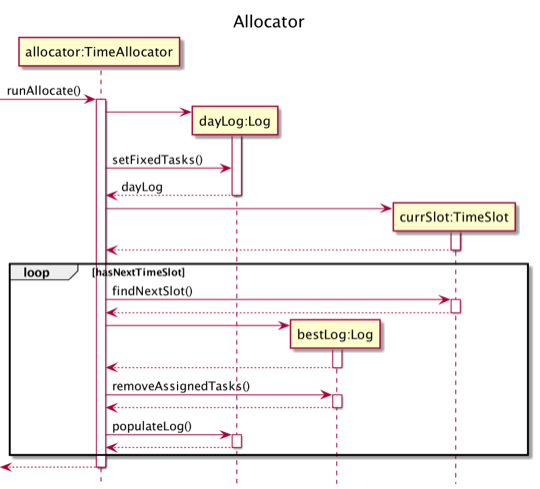
Above: docs/sequenceDiagrams/TimeAllocator.png in nus-cs2113-AY2021S1/tp (PlantUML), before the change. Its source is kept beside it as docs/sequenceDiagrams/TimeAllocator.puml. Source of this version:
```plantuml
@startuml
title Allocator
hide footbox

participant "allocator:TimeAllocator" as timeAllocator
participant "dayLog:Log" as log
participant "bestLog:Log" as Log
participant "currSlot:TimeSlot" as TimeSlot

->timeAllocator++: runAllocate()
timeAllocator->log**
activate log
timeAllocator->log:setFixedTasks()
return dayLog
timeAllocator->TimeSlot**
activate TimeSlot
return
loop hasNextTimeSlot
timeAllocator->TimeSlot++:findNextSlot()
return
timeAllocator->Log**:
activate Log
return

timeAllocator->Log++:removeAssignedTasks()
return


timeAllocator->log++:populateLog()
return

end

<--timeAllocator--
@enduml
```
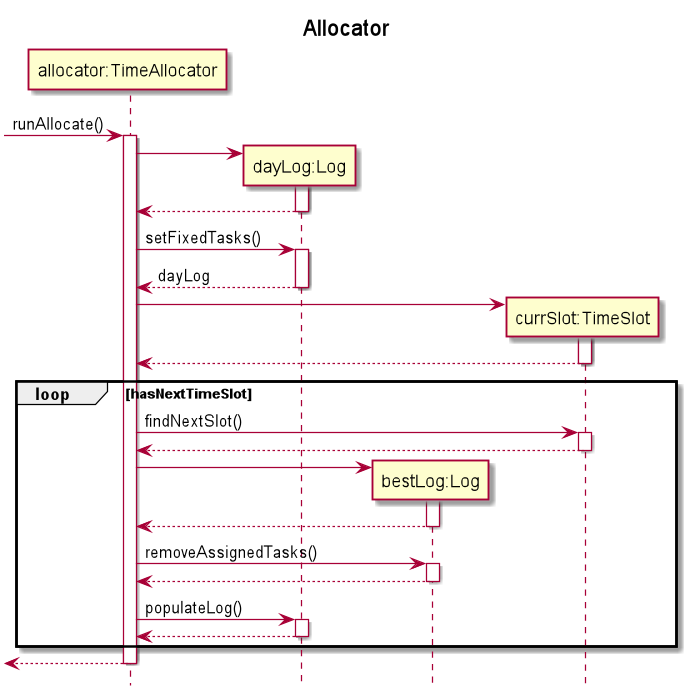
The same diagram one commit later.

Commit message:
Fix alloc sequence diagram

The edit, as a diff of the source:
```diff
@@ -10,7 +10,8 @@
 ->timeAllocator++: runAllocate()
 timeAllocator->log**
 activate log
-timeAllocator->log:setFixedTasks()
+return
+timeAllocator->log++:setFixedTasks()
 return dayLog
 timeAllocator->TimeSlot**
 activate TimeSlot
```
